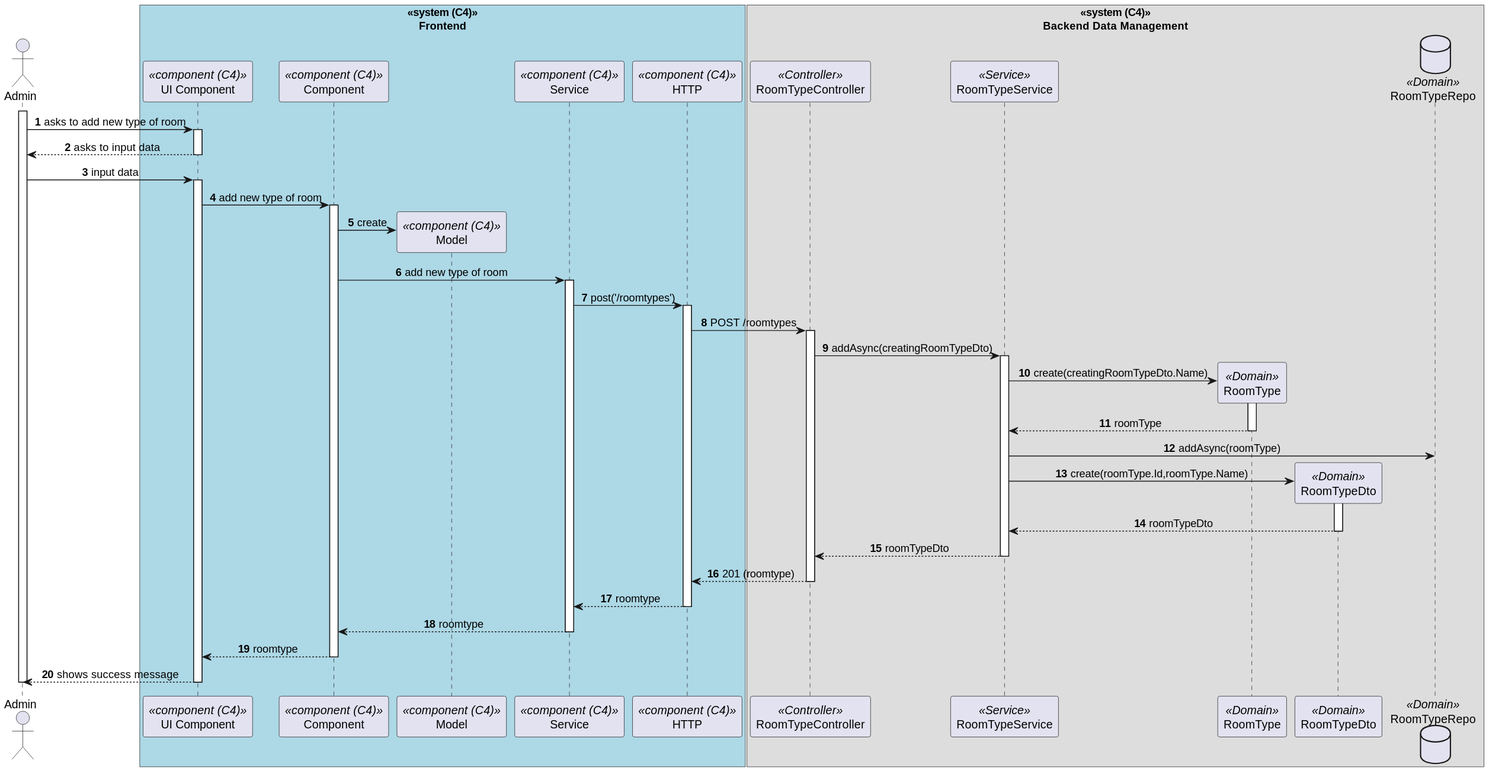
Earlier version of the PlantUML export docs/sprint-c/us-7.2.10/views/level3/process-view.svg (1220846/sem5pi-24-25-3ddg20).
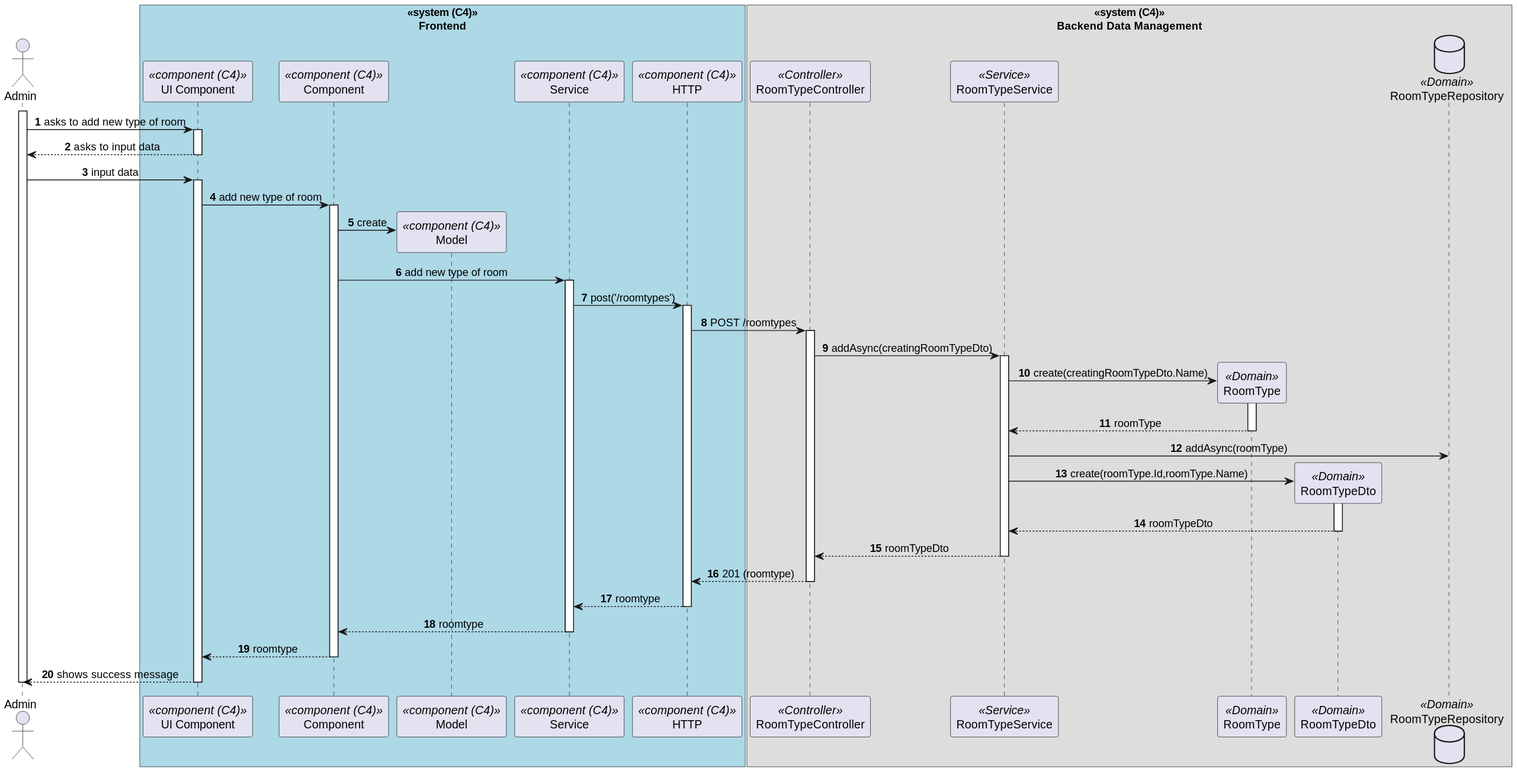
Above is the later version.

Commit message:
docs: fix name methods #109

Diff of the diagram source:
```diff
@@ -16,7 +16,7 @@
     participant Service_ as "RoomTypeService"<<Service>>
     participant RoomType as "RoomType"<<Domain>>
     participant RoomTypeDto as "RoomTypeDto"<<Domain>>
-    database RoomTypeRepo as "RoomTypeRepo"<<Domain>>
+    database RoomTypeRepo as "RoomTypeRepository"<<Domain>>
 end box
 
 activate Admin
```
